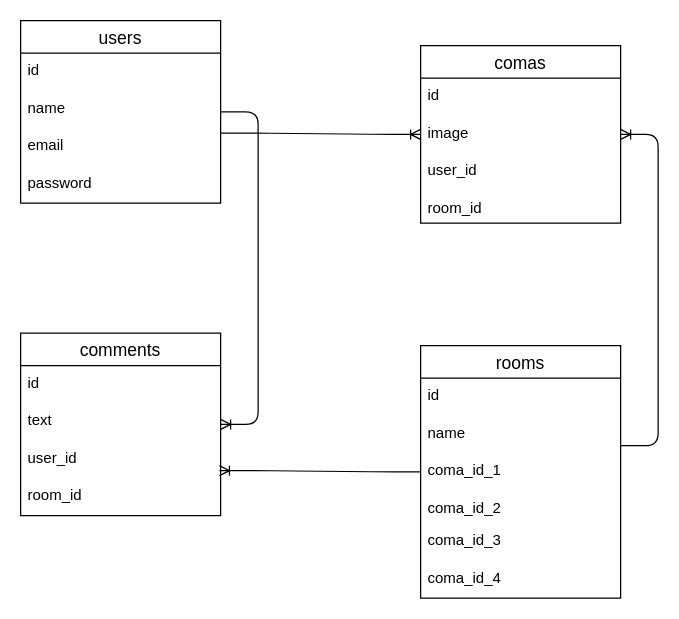
Before: test.dio in yossyyai/four-coma, a draw.io diagram. Source tidied: cells renumbered, new cells numbered last; positions are measured from the earlier drawing's top-left corner, leaving out a move shared by most shapes. Both pictures are drawn from the tidied source at 125%, with x=0, y=0 at pixel (20, 20).
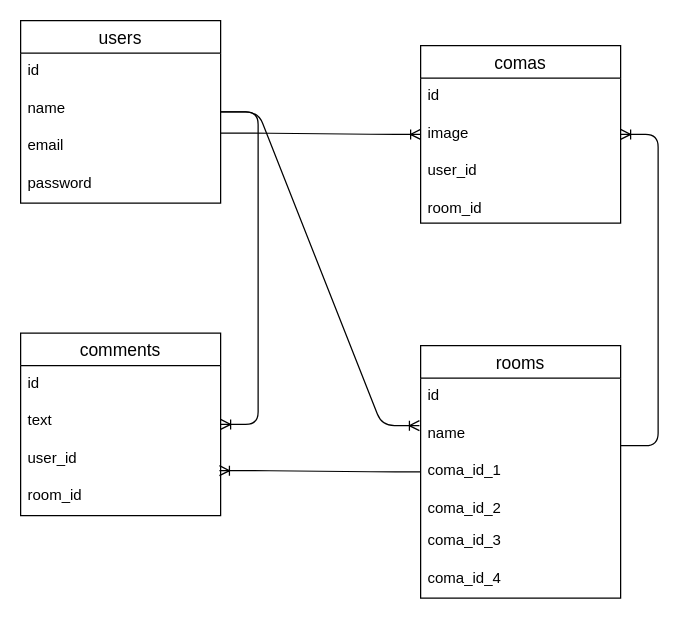
The same page after the edit.

Unchanged cells that the change refers to:
```xml
<mxCell id="2" value="users" style="swimlane;fontStyle=0;horizontal=1;startSize=26;align=center;fontSize=14;" parent="1" vertex="1">
  <mxGeometry width="160" height="146" as="geometry" />
</mxCell>
<mxCell id="14" value="name" style="text;strokeColor=none;fillColor=none;spacingLeft=4;spacingRight=4;overflow=hidden;points=[[0,0.5],[1,0.5]];portConstraint=eastwest;fontSize=12;" parent="12" vertex="1">
  <mxGeometry y="56" width="160" height="30" as="geometry" />
</mxCell>
```

Diff of the diagram source:
```diff
@@
+    <mxCell id="28" style="edgeStyle=entityRelationEdgeStyle;fontSize=12;html=1;endArrow=ERoneToMany;entryX=-0.006;entryY=0.267;entryDx=0;entryDy=0;entryPerimeter=0;" parent="1" edge="1" source="2" target="14">
+      <mxGeometry relative="1" as="geometry" />
+    </mxCell>
```
